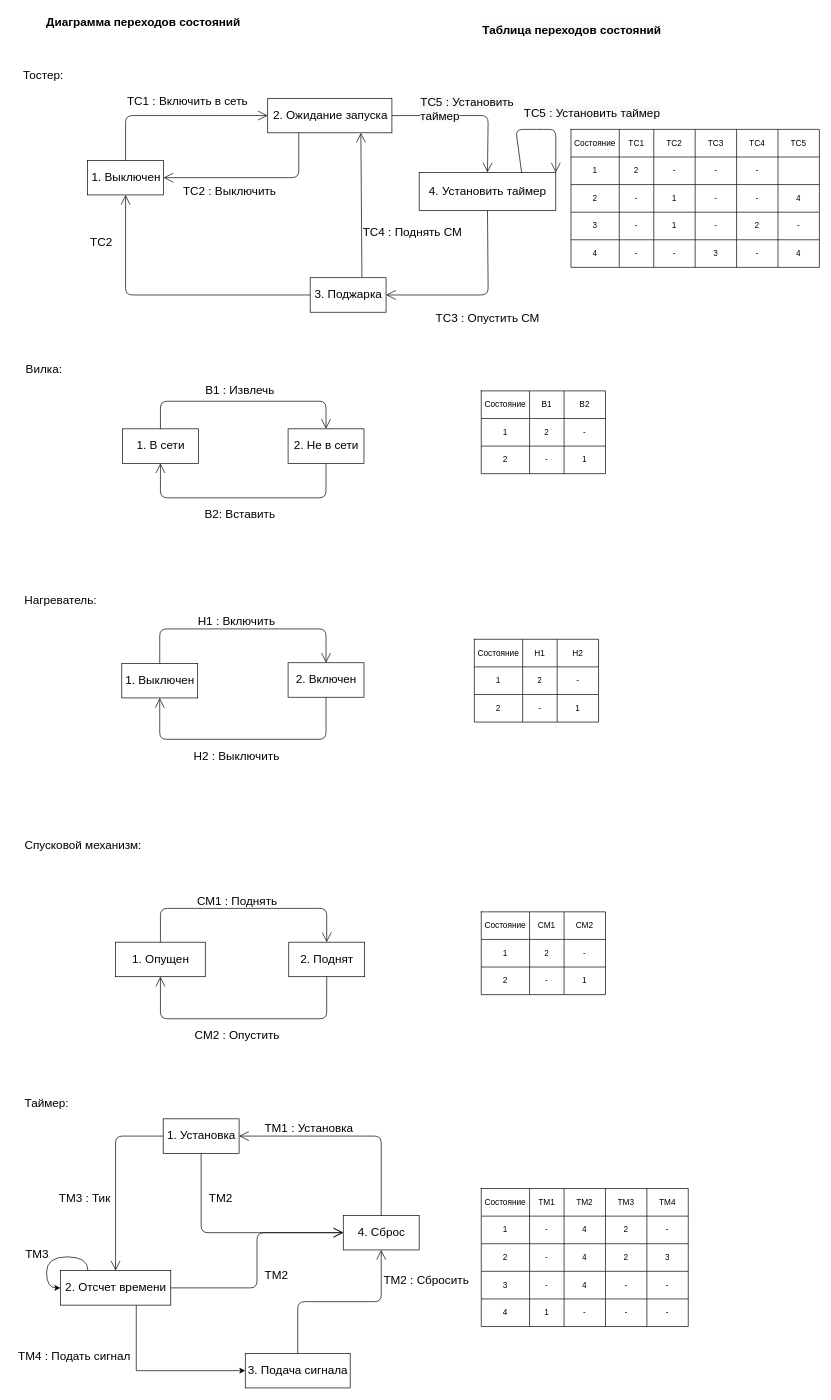
This is page "ДПС" (2 of 5) of lab_05/Тостер.drawio from xanderkov/ics7-OOP, a draw.io file, before an edit. Source tidied: cells renumbered, new cells numbered last; positions are measured from the earlier drawing's top-left corner, leaving out a move shared by most shapes. Both pictures are drawn from the tidied source at 69%, with x=0, y=0 at pixel (12, 12).
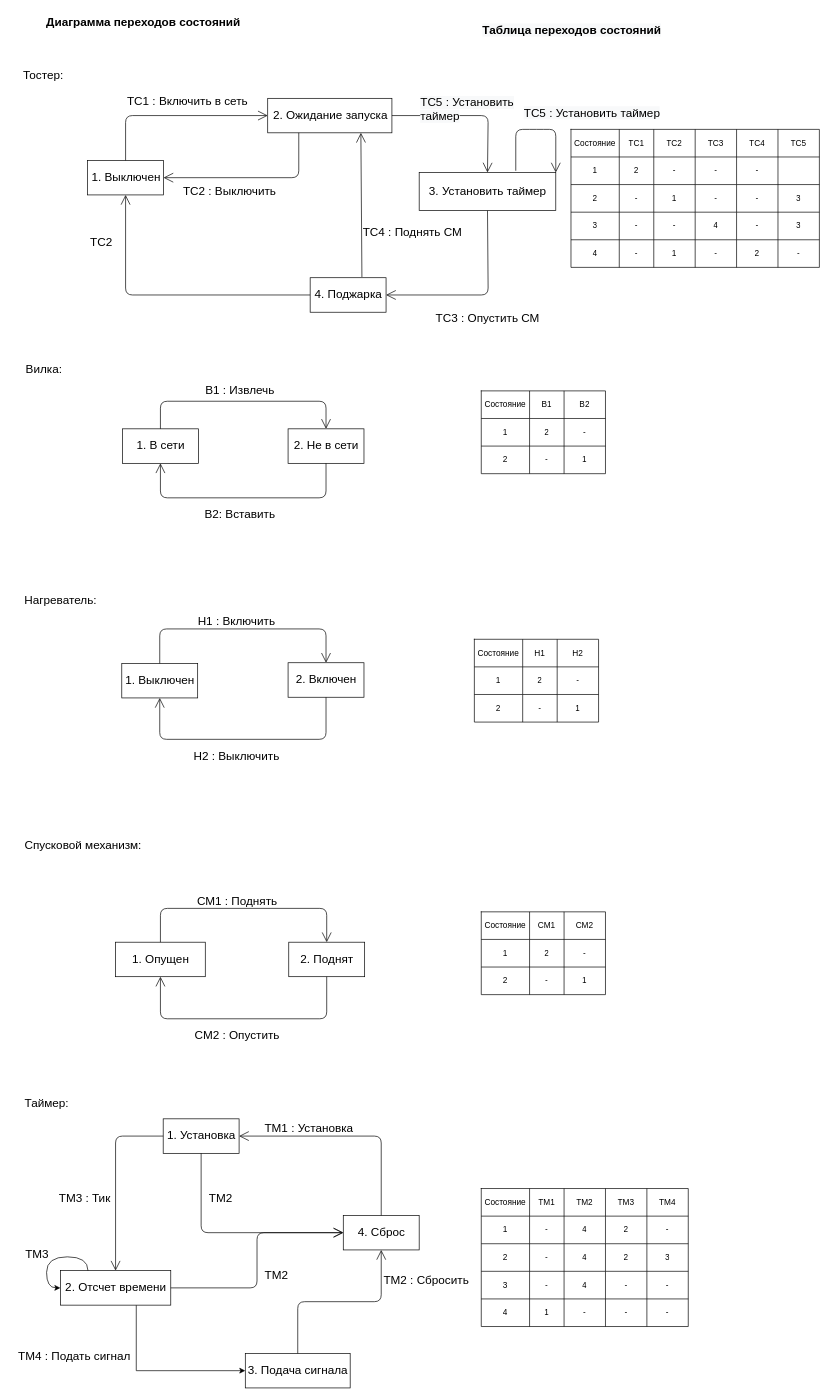
The same diagram, later.

The change refers to these unchanged cells:
```xml
<mxCell id="72" style="shape=tableRow;horizontal=0;startSize=0;swimlaneHead=0;swimlaneBody=0;top=0;left=0;bottom=0;right=0;fillColor=none;" parent="57" vertex="1">
  <mxGeometry y="80" width="360" height="40" as="geometry" />
</mxCell>
<mxCell id="79" style="shape=tableRow;horizontal=0;startSize=0;swimlaneHead=0;swimlaneBody=0;top=0;left=0;bottom=0;right=0;fillColor=none;" parent="57" vertex="1">
  <mxGeometry y="120" width="360" height="40" as="geometry" />
</mxCell>
<mxCell id="86" style="shape=tableRow;horizontal=0;startSize=0;swimlaneHead=0;swimlaneBody=0;top=0;left=0;bottom=0;right=0;fillColor=none;" parent="57" vertex="1">
  <mxGeometry y="160" width="360" height="40" as="geometry" />
</mxCell>
```

Change to the diagram source:
```diff
@@
-    <mxCell id="44" value="3. Поджарка" style="html=1;fontSize=17;" parent="1" vertex="1">
+    <mxCell id="44" value="4. Поджарка" style="html=1;fontSize=17;" parent="1" vertex="1">
       <mxGeometry x="432" y="385" width="110" height="50" as="geometry" />
     </mxCell>
@@
-    <mxCell id="78" value="4" style="shape=partialRectangle;html=1;whiteSpace=wrap;overflow=hidden;fillColor=none;top=0;left=0;bottom=0;right=0;" parent="72" vertex="1">
+    <mxCell id="78" value="3" style="shape=partialRectangle;html=1;whiteSpace=wrap;overflow=hidden;fillColor=none;top=0;left=0;bottom=0;right=0;" parent="72" vertex="1">
       <mxGeometry x="300" width="60" height="40" as="geometry" />
     </mxCell>
@@
-    <mxCell id="82" value="1" style="shape=partialRectangle;html=1;whiteSpace=wrap;overflow=hidden;fillColor=none;top=0;left=0;bottom=0;right=0;" parent="79" vertex="1">
+    <mxCell id="82" value="-" style="shape=partialRectangle;html=1;whiteSpace=wrap;overflow=hidden;fillColor=none;top=0;left=0;bottom=0;right=0;" parent="79" vertex="1">
       <mxGeometry x="120" width="60" height="40" as="geometry" />
     </mxCell>
-    <mxCell id="83" value="-" style="shape=partialRectangle;html=1;whiteSpace=wrap;overflow=hidden;fillColor=none;top=0;left=0;bottom=0;right=0;" parent="79" vertex="1">
+    <mxCell id="83" value="4" style="shape=partialRectangle;html=1;whiteSpace=wrap;overflow=hidden;fillColor=none;top=0;left=0;bottom=0;right=0;" parent="79" vertex="1">
       <mxGeometry x="180" width="60" height="40" as="geometry" />
     </mxCell>
-    <mxCell id="84" value="2" style="shape=partialRectangle;html=1;whiteSpace=wrap;overflow=hidden;fillColor=none;top=0;left=0;bottom=0;right=0;" parent="79" vertex="1">
+    <mxCell id="84" value="-" style="shape=partialRectangle;html=1;whiteSpace=wrap;overflow=hidden;fillColor=none;top=0;left=0;bottom=0;right=0;" parent="79" vertex="1">
       <mxGeometry x="240" width="60" height="40" as="geometry" />
     </mxCell>
-    <mxCell id="85" value="-" style="shape=partialRectangle;html=1;whiteSpace=wrap;overflow=hidden;fillColor=none;top=0;left=0;bottom=0;right=0;" parent="79" vertex="1">
+    <mxCell id="85" value="3" style="shape=partialRectangle;html=1;whiteSpace=wrap;overflow=hidden;fillColor=none;top=0;left=0;bottom=0;right=0;" parent="79" vertex="1">
       <mxGeometry x="300" width="60" height="40" as="geometry" />
     </mxCell>
@@
-    <mxCell id="89" value="-" style="shape=partialRectangle;html=1;whiteSpace=wrap;overflow=hidden;fillColor=none;top=0;left=0;bottom=0;right=0;" parent="86" vertex="1">
+    <mxCell id="89" value="1" style="shape=partialRectangle;html=1;whiteSpace=wrap;overflow=hidden;fillColor=none;top=0;left=0;bottom=0;right=0;" parent="86" vertex="1">
       <mxGeometry x="120" width="60" height="40" as="geometry" />
     </mxCell>
-    <mxCell id="90" value="3" style="shape=partialRectangle;html=1;whiteSpace=wrap;overflow=hidden;fillColor=none;top=0;left=0;bottom=0;right=0;" parent="86" vertex="1">
+    <mxCell id="90" value="-" style="shape=partialRectangle;html=1;whiteSpace=wrap;overflow=hidden;fillColor=none;top=0;left=0;bottom=0;right=0;" parent="86" vertex="1">
       <mxGeometry x="180" width="60" height="40" as="geometry" />
     </mxCell>
-    <mxCell id="91" value="-" style="shape=partialRectangle;html=1;whiteSpace=wrap;overflow=hidden;fillColor=none;top=0;left=0;bottom=0;right=0;" parent="86" vertex="1">
+    <mxCell id="91" value="2" style="shape=partialRectangle;html=1;whiteSpace=wrap;overflow=hidden;fillColor=none;top=0;left=0;bottom=0;right=0;" parent="86" vertex="1">
       <mxGeometry x="240" width="60" height="40" as="geometry" />
     </mxCell>
-    <mxCell id="92" value="4" style="shape=partialRectangle;html=1;whiteSpace=wrap;overflow=hidden;fillColor=none;top=0;left=0;bottom=0;right=0;" parent="86" vertex="1">
+    <mxCell id="92" value="-" style="shape=partialRectangle;html=1;whiteSpace=wrap;overflow=hidden;fillColor=none;top=0;left=0;bottom=0;right=0;" parent="86" vertex="1">
       <mxGeometry x="300" width="60" height="40" as="geometry" />
     </mxCell>
@@
-    <mxCell id="164" value="&lt;span style=&quot;font-size: 17px;&quot;&gt;4. Установить таймер&lt;/span&gt;" style="html=1;" parent="1" vertex="1">
+    <mxCell id="164" value="&lt;span style=&quot;font-size: 17px;&quot;&gt;3. Установить таймер&lt;/span&gt;" style="html=1;" parent="1" vertex="1">
       <mxGeometry x="590" y="232.5" width="198" height="55" as="geometry" />
     </mxCell>
@@
-    <mxCell id="167" style="endArrow=open;endFill=1;endSize=12;html=1;fontSize=17;exitX=0.75;exitY=0;exitDx=0;exitDy=0;entryX=1;entryY=0;entryDx=0;entryDy=0;" parent="1" edge="1" source="164" target="164">
+    <mxCell id="167" style="endArrow=open;endFill=1;endSize=12;html=1;fontSize=17;entryX=1;entryY=0;entryDx=0;entryDy=0;" parent="1" edge="1" target="164">
       <mxGeometry relative="1" as="geometry">
+        <mxPoint x="730" y="230" as="sourcePoint" />
         <Array as="points">
           <mxPoint x="730" y="170" />
           <mxPoint x="730" y="170" />
           <mxPoint x="760" y="170" />
           <mxPoint x="760" y="170" />
           <mxPoint x="788" y="170" />
         </Array>
       </mxGeometry>
     </mxCell>
```
